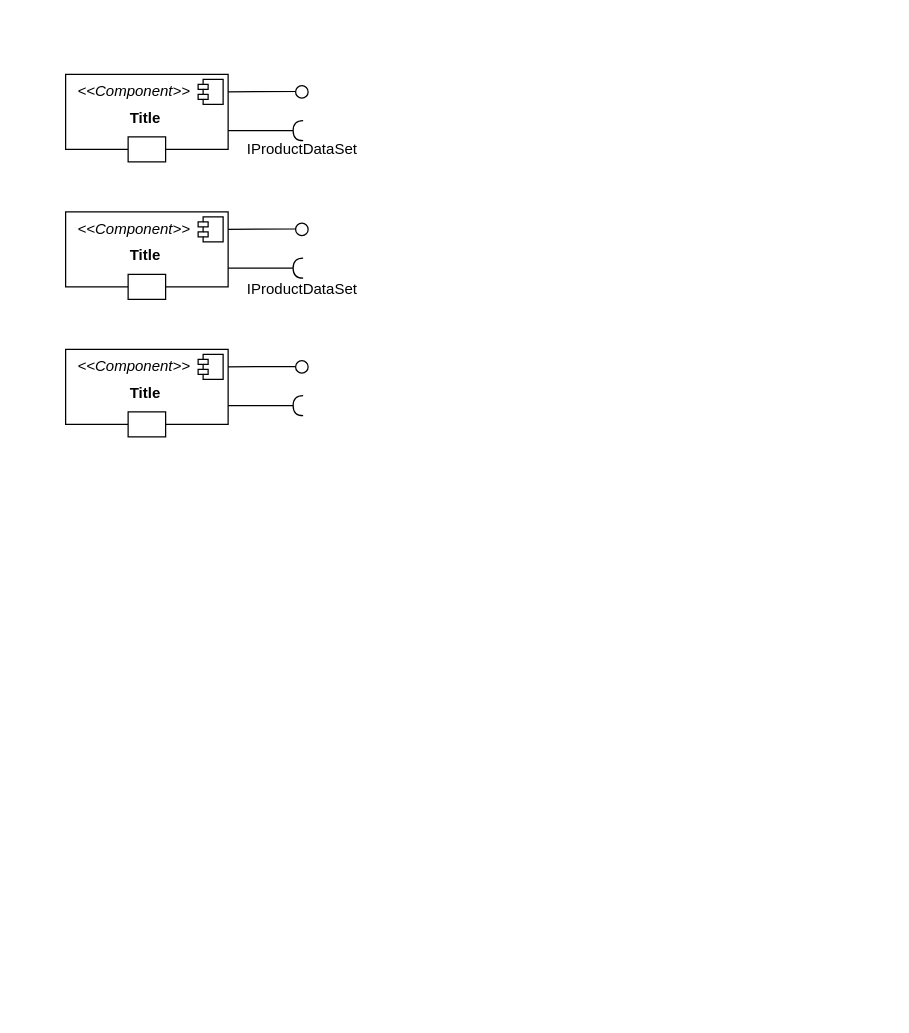
This is lab1/composição-de-pedido.drawio from rmmarquini/engsoft-inf331-labs, a draw.io file, before an edit. Source tidied: cells renumbered, new cells numbered last; positions are measured from the earlier drawing's top-left corner, leaving out a move shared by most shapes. Both pictures are drawn from the tidied source at 125%, with x=0, y=0 at pixel (65, 74).
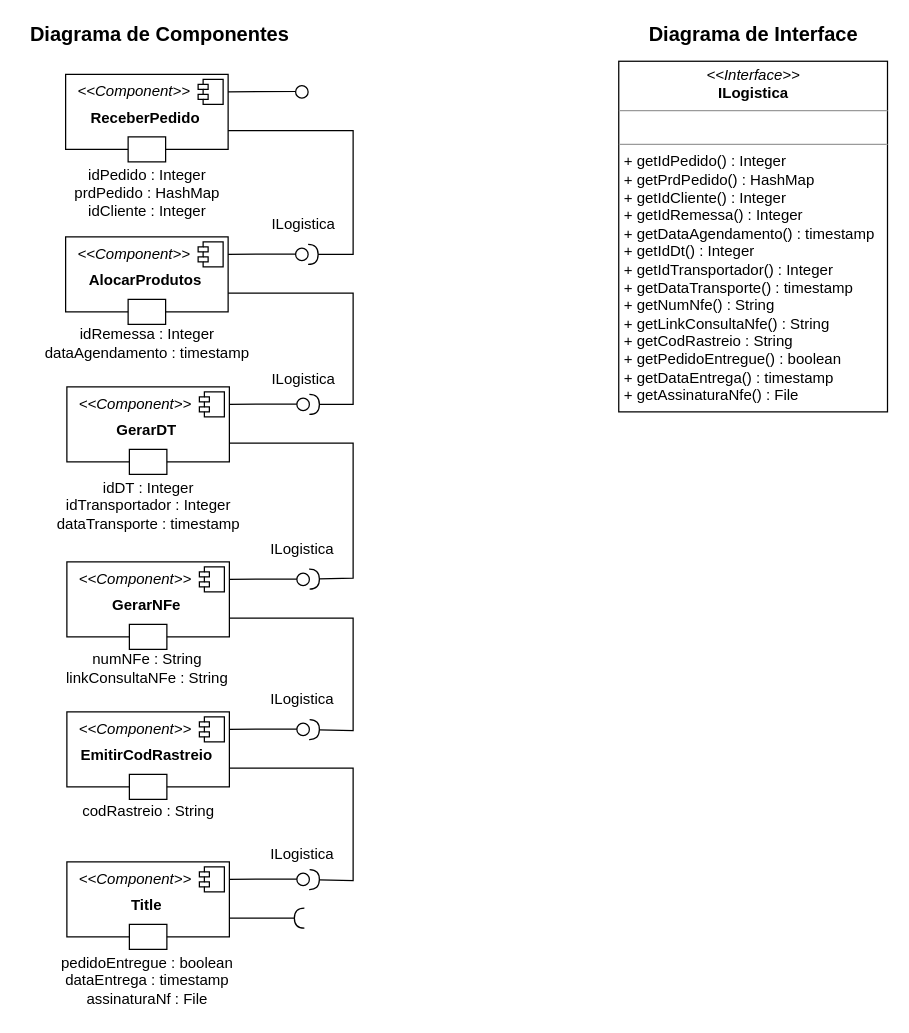
The same diagram, later.

Unchanged cells that the change refers to:
```xml
<mxCell id="9" value="&lt;p style=&quot;margin: 0px ; margin-top: 6px ; text-align: center&quot;&gt;&lt;br&gt;&lt;/p&gt;" style="align=left;overflow=fill;html=1;" parent="1" vertex="1">
  <mxGeometry width="130" height="60" as="geometry" />
</mxCell>
```

What changed in the source:
```diff
@@
     <mxCell id="2" value="&lt;p style=&quot;margin: 0px ; margin-top: 6px ; text-align: center&quot;&gt;&lt;br&gt;&lt;/p&gt;" style="align=left;overflow=fill;html=1;" parent="1" vertex="1">
-      <mxGeometry y="110" width="130" height="60" as="geometry" />
+      <mxGeometry y="130" width="130" height="60" as="geometry" />
     </mxCell>
@@
     <mxCell id="4" value="&lt;i&gt;&amp;lt;&amp;lt;Component&amp;gt;&amp;gt;&lt;/i&gt;" style="text;html=1;strokeColor=none;fillColor=none;align=center;verticalAlign=middle;whiteSpace=wrap;rounded=0;" parent="1" vertex="1">
-      <mxGeometry x="20" y="114" width="70" height="20" as="geometry" />
+      <mxGeometry x="20" y="134" width="70" height="20" as="geometry" />
     </mxCell>
     <mxCell id="5" style="rounded=0;orthogonalLoop=1;jettySize=auto;html=1;endArrow=none;endFill=0;entryX=0.5;entryY=0.467;entryDx=0;entryDy=0;entryPerimeter=0;" parent="1" edge="1">
       <mxGeometry relative="1" as="geometry">
-        <mxPoint x="130" y="124" as="sourcePoint" />
-        <mxPoint x="186" y="123.7" as="targetPoint" />
+        <mxPoint x="130" y="144" as="sourcePoint" />
+        <mxPoint x="186" y="143.7" as="targetPoint" />
       </mxGeometry>
     </mxCell>
-    <mxCell id="6" style="rounded=0;jettySize=auto;html=1;endArrow=halfCircle;endFill=0;endSize=6;strokeWidth=1;exitX=1;exitY=0.75;exitDx=0;exitDy=0;" parent="1" edge="1" source="2">
+    <mxCell id="6" style="rounded=0;jettySize=auto;html=1;endArrow=halfCircle;endFill=0;endSize=6;strokeWidth=1;exitX=1;exitY=0.75;exitDx=0;exitDy=0;" parent="1" edge="1" source="2" target="35">
       <mxGeometry relative="1" as="geometry">
-        <mxPoint x="190" y="155" as="targetPoint" />
+        <Array as="points">
+          <mxPoint x="230" y="175" />
+          <mxPoint x="230" y="264" />
+        </Array>
       </mxGeometry>
     </mxCell>
     <mxCell id="7" style="ellipse;whiteSpace=wrap;html=1;fontFamily=Helvetica;fontSize=12;fontColor=#000000;align=center;strokeColor=#000000;fillColor=#ffffff;points=[];" parent="1" vertex="1">
-      <mxGeometry x="184" y="119" width="10" height="10" as="geometry" />
+      <mxGeometry x="184" y="139" width="10" height="10" as="geometry" />
     </mxCell>
     <mxCell id="8" style="html=1;" parent="1" vertex="1">
-      <mxGeometry x="50" y="160" width="30" height="20" as="geometry" />
+      <mxGeometry x="50" y="180" width="30" height="20" as="geometry" />
     </mxCell>
@@
-    <mxCell id="13" style="rounded=0;jettySize=auto;html=1;endArrow=halfCircle;endFill=0;endSize=6;strokeWidth=1;exitX=1;exitY=0.75;exitDx=0;exitDy=0;" parent="1" edge="1" source="9">
+    <mxCell id="13" style="rounded=0;jettySize=auto;html=1;endArrow=halfCircle;endFill=0;endSize=6;strokeWidth=1;exitX=1;exitY=0.75;exitDx=0;exitDy=0;" parent="1" edge="1" source="9" target="7">
       <mxGeometry relative="1" as="geometry">
-        <mxPoint x="190" y="45" as="targetPoint" />
+        <Array as="points">
+          <mxPoint x="230" y="45" />
+          <mxPoint x="230" y="144" />
+        </Array>
       </mxGeometry>
     </mxCell>
@@
     <mxCell id="16" value="&lt;p style=&quot;margin: 0px ; margin-top: 6px ; text-align: center&quot;&gt;&lt;br&gt;&lt;/p&gt;" style="align=left;overflow=fill;html=1;" parent="1" vertex="1">
-      <mxGeometry y="220" width="130" height="60" as="geometry" />
+      <mxGeometry x="1" y="630" width="130" height="60" as="geometry" />
     </mxCell>
@@
     <mxCell id="18" value="&lt;i&gt;&amp;lt;&amp;lt;Component&amp;gt;&amp;gt;&lt;/i&gt;" style="text;html=1;strokeColor=none;fillColor=none;align=center;verticalAlign=middle;whiteSpace=wrap;rounded=0;" parent="1" vertex="1">
-      <mxGeometry x="20" y="224" width="70" height="20" as="geometry" />
+      <mxGeometry x="21" y="634" width="70" height="20" as="geometry" />
     </mxCell>
     <mxCell id="19" style="rounded=0;orthogonalLoop=1;jettySize=auto;html=1;endArrow=none;endFill=0;entryX=0.5;entryY=0.467;entryDx=0;entryDy=0;entryPerimeter=0;" parent="1" edge="1">
       <mxGeometry relative="1" as="geometry">
-        <mxPoint x="130" y="234" as="sourcePoint" />
-        <mxPoint x="186" y="233.7" as="targetPoint" />
+        <mxPoint x="131" y="644" as="sourcePoint" />
+        <mxPoint x="187" y="643.7" as="targetPoint" />
       </mxGeometry>
     </mxCell>
     <mxCell id="20" style="rounded=0;jettySize=auto;html=1;endArrow=halfCircle;endFill=0;endSize=6;strokeWidth=1;exitX=1;exitY=0.75;exitDx=0;exitDy=0;" parent="1" edge="1" source="16">
       <mxGeometry relative="1" as="geometry">
-        <mxPoint x="190" y="265" as="targetPoint" />
+        <mxPoint x="191" y="675" as="targetPoint" />
       </mxGeometry>
     </mxCell>
     <mxCell id="21" style="ellipse;whiteSpace=wrap;html=1;fontFamily=Helvetica;fontSize=12;fontColor=#000000;align=center;strokeColor=#000000;fillColor=#ffffff;points=[];" parent="1" vertex="1">
-      <mxGeometry x="184" y="229" width="10" height="10" as="geometry" />
+      <mxGeometry x="185" y="639" width="10" height="10" as="geometry" />
     </mxCell>
     <mxCell id="22" style="html=1;" parent="1" vertex="1">
-      <mxGeometry x="50" y="270" width="30" height="20" as="geometry" />
+      <mxGeometry x="51" y="680" width="30" height="20" as="geometry" />
     </mxCell>
-    <mxCell id="23" value="Title" style="text;align=center;fontStyle=1;verticalAlign=middle;spacingLeft=3;spacingRight=3;strokeColor=none;" parent="1" vertex="1">
-      <mxGeometry x="24" y="131" width="80" height="26" as="geometry" />
+    <mxCell id="23" value="AlocarProdutos" style="text;align=center;fontStyle=1;verticalAlign=middle;spacingLeft=3;spacingRight=3;strokeColor=none;" parent="1" vertex="1">
+      <mxGeometry x="24" y="151" width="80" height="26" as="geometry" />
     </mxCell>
-    <mxCell id="24" value="Title" style="text;align=center;fontStyle=1;verticalAlign=middle;spacingLeft=3;spacingRight=3;strokeColor=none;" parent="1" vertex="1">
+    <mxCell id="24" value="ReceberPedido" style="text;align=center;fontStyle=1;verticalAlign=middle;spacingLeft=3;spacingRight=3;strokeColor=none;" parent="1" vertex="1">
       <mxGeometry x="24" y="21" width="80" height="26" as="geometry" />
     </mxCell>
     <mxCell id="25" value="Title" style="text;align=center;fontStyle=1;verticalAlign=middle;spacingLeft=3;spacingRight=3;strokeColor=none;" parent="1" vertex="1">
-      <mxGeometry x="24" y="241" width="80" height="26" as="geometry" />
+      <mxGeometry x="25" y="651" width="80" height="26" as="geometry" />
     </mxCell>
-    <mxCell id="26" value="IProductDataSet" style="text;html=1;align=center;verticalAlign=middle;" parent="1" vertex="1">
-      <mxGeometry x="139" y="50" width="100" height="20" as="geometry" />
+    <mxCell id="26" value="ILogistica" style="text;html=1;align=center;verticalAlign=middle;" parent="1" vertex="1">
+      <mxGeometry x="155" y="110" width="70" height="20" as="geometry" />
     </mxCell>
-    <mxCell id="27" value="IProductDataSet" style="text;html=1;align=center;verticalAlign=middle;" parent="1" vertex="1">
-      <mxGeometry x="139" y="162" width="100" height="20" as="geometry" />
+    <mxCell id="27" value="ILogistica" style="text;html=1;align=center;verticalAlign=middle;" parent="1" vertex="1">
+      <mxGeometry x="155" y="234" width="70" height="20" as="geometry" />
     </mxCell>
+    <mxCell id="28" value="idPedido : Integer&lt;br&gt;prdPedido : HashMap&lt;br&gt;idCliente : Integer" style="text;html=1;align=center;verticalAlign=middle;" parent="1" vertex="1">
+      <mxGeometry y="70" width="130" height="50" as="geometry" />
+    </mxCell>
+    <mxCell id="29" value="idRemessa : Integer&lt;br&gt;dataAgendamento : timestamp" style="text;html=1;align=center;verticalAlign=middle;" parent="1" vertex="1">
+      <mxGeometry x="-25" y="200" width="180" height="30" as="geometry" />
+    </mxCell>
+    <mxCell id="30" value="&lt;p style=&quot;margin: 0px ; margin-top: 6px ; text-align: center&quot;&gt;&lt;br&gt;&lt;/p&gt;" style="align=left;overflow=fill;html=1;" parent="1" vertex="1">
+      <mxGeometry x="1" y="250" width="130" height="60" as="geometry" />
+    </mxCell>
+    <mxCell id="31" style="shape=component;jettyWidth=8;jettyHeight=4;" parent="30" vertex="1">
+      <mxGeometry x="1" width="20" height="20" relative="1" as="geometry">
+        <mxPoint x="-24" y="4" as="offset" />
+      </mxGeometry>
+    </mxCell>
+    <mxCell id="32" value="&lt;i&gt;&amp;lt;&amp;lt;Component&amp;gt;&amp;gt;&lt;/i&gt;" style="text;html=1;strokeColor=none;fillColor=none;align=center;verticalAlign=middle;whiteSpace=wrap;rounded=0;" parent="1" vertex="1">
+      <mxGeometry x="21" y="254" width="70" height="20" as="geometry" />
+    </mxCell>
+    <mxCell id="33" style="rounded=0;orthogonalLoop=1;jettySize=auto;html=1;endArrow=none;endFill=0;entryX=0.5;entryY=0.467;entryDx=0;entryDy=0;entryPerimeter=0;" parent="1" edge="1">
+      <mxGeometry relative="1" as="geometry">
+        <mxPoint x="131" y="264" as="sourcePoint" />
+        <mxPoint x="187" y="263.7" as="targetPoint" />
+      </mxGeometry>
+    </mxCell>
+    <mxCell id="34" style="rounded=0;jettySize=auto;html=1;endArrow=halfCircle;endFill=0;endSize=6;strokeWidth=1;exitX=1;exitY=0.75;exitDx=0;exitDy=0;" parent="1" edge="1" source="30" target="45">
+      <mxGeometry relative="1" as="geometry">
+        <Array as="points">
+          <mxPoint x="230" y="295" />
+          <mxPoint x="230" y="403" />
+        </Array>
+      </mxGeometry>
+    </mxCell>
+    <mxCell id="35" style="ellipse;whiteSpace=wrap;html=1;fontFamily=Helvetica;fontSize=12;fontColor=#000000;align=center;strokeColor=#000000;fillColor=#ffffff;points=[];" parent="1" vertex="1">
+      <mxGeometry x="185" y="259" width="10" height="10" as="geometry" />
+    </mxCell>
+    <mxCell id="36" style="html=1;" parent="1" vertex="1">
+      <mxGeometry x="51" y="300" width="30" height="20" as="geometry" />
+    </mxCell>
+    <mxCell id="37" value="GerarDT" style="text;align=center;fontStyle=1;verticalAlign=middle;spacingLeft=3;spacingRight=3;strokeColor=none;" parent="1" vertex="1">
+      <mxGeometry x="25" y="271" width="80" height="26" as="geometry" />
+    </mxCell>
+    <mxCell id="38" value="idDT : Integer&lt;br&gt;idTransportador : Integer&lt;br&gt;dataTransporte : timestamp" style="text;html=1;align=center;verticalAlign=middle;" parent="1" vertex="1">
+      <mxGeometry x="-14" y="320" width="160" height="50" as="geometry" />
+    </mxCell>
+    <mxCell id="39" value="ILogistica" style="text;html=1;align=center;verticalAlign=middle;" parent="1" vertex="1">
+      <mxGeometry x="154" y="370" width="70" height="20" as="geometry" />
+    </mxCell>
+    <mxCell id="40" value="&lt;p style=&quot;margin: 0px ; margin-top: 6px ; text-align: center&quot;&gt;&lt;br&gt;&lt;/p&gt;" style="align=left;overflow=fill;html=1;" parent="1" vertex="1">
+      <mxGeometry x="1" y="390" width="130" height="60" as="geometry" />
+    </mxCell>
+    <mxCell id="41" style="shape=component;jettyWidth=8;jettyHeight=4;" parent="40" vertex="1">
+      <mxGeometry x="1" width="20" height="20" relative="1" as="geometry">
+        <mxPoint x="-24" y="4" as="offset" />
+      </mxGeometry>
+    </mxCell>
+    <mxCell id="42" value="&lt;i&gt;&amp;lt;&amp;lt;Component&amp;gt;&amp;gt;&lt;/i&gt;" style="text;html=1;strokeColor=none;fillColor=none;align=center;verticalAlign=middle;whiteSpace=wrap;rounded=0;" parent="1" vertex="1">
+      <mxGeometry x="21" y="394" width="70" height="20" as="geometry" />
+    </mxCell>
+    <mxCell id="43" style="rounded=0;orthogonalLoop=1;jettySize=auto;html=1;endArrow=none;endFill=0;entryX=0.5;entryY=0.467;entryDx=0;entryDy=0;entryPerimeter=0;" parent="1" edge="1">
+      <mxGeometry relative="1" as="geometry">
+        <mxPoint x="131" y="404" as="sourcePoint" />
+        <mxPoint x="187" y="403.7" as="targetPoint" />
+      </mxGeometry>
+    </mxCell>
+    <mxCell id="44" style="rounded=0;jettySize=auto;html=1;endArrow=halfCircle;endFill=0;endSize=6;strokeWidth=1;exitX=1;exitY=0.75;exitDx=0;exitDy=0;" parent="1" edge="1" source="40" target="55">
+      <mxGeometry relative="1" as="geometry">
+        <Array as="points">
+          <mxPoint x="230" y="435" />
+          <mxPoint x="230" y="525" />
+        </Array>
+      </mxGeometry>
+    </mxCell>
+    <mxCell id="45" style="ellipse;whiteSpace=wrap;html=1;fontFamily=Helvetica;fontSize=12;fontColor=#000000;align=center;strokeColor=#000000;fillColor=#ffffff;points=[];" parent="1" vertex="1">
+      <mxGeometry x="185" y="399" width="10" height="10" as="geometry" />
+    </mxCell>
+    <mxCell id="46" style="html=1;" parent="1" vertex="1">
+      <mxGeometry x="51" y="440" width="30" height="20" as="geometry" />
+    </mxCell>
+    <mxCell id="47" value="GerarNFe" style="text;align=center;fontStyle=1;verticalAlign=middle;spacingLeft=3;spacingRight=3;strokeColor=none;" parent="1" vertex="1">
+      <mxGeometry x="25" y="411" width="80" height="26" as="geometry" />
+    </mxCell>
+    <mxCell id="48" value="numNFe : String&lt;br&gt;linkConsultaNFe : String" style="text;html=1;align=center;verticalAlign=middle;" parent="1" vertex="1">
+      <mxGeometry x="-5" y="460" width="140" height="30" as="geometry" />
+    </mxCell>
+    <mxCell id="49" value="ILogistica" style="text;html=1;align=center;verticalAlign=middle;" parent="1" vertex="1">
+      <mxGeometry x="154" y="490" width="70" height="20" as="geometry" />
+    </mxCell>
+    <mxCell id="50" value="&lt;p style=&quot;margin: 0px ; margin-top: 6px ; text-align: center&quot;&gt;&lt;br&gt;&lt;/p&gt;" style="align=left;overflow=fill;html=1;" parent="1" vertex="1">
+      <mxGeometry x="1" y="510" width="130" height="60" as="geometry" />
+    </mxCell>
+    <mxCell id="51" style="shape=component;jettyWidth=8;jettyHeight=4;" parent="50" vertex="1">
+      <mxGeometry x="1" width="20" height="20" relative="1" as="geometry">
+        <mxPoint x="-24" y="4" as="offset" />
+      </mxGeometry>
+    </mxCell>
+    <mxCell id="52" value="&lt;i&gt;&amp;lt;&amp;lt;Component&amp;gt;&amp;gt;&lt;/i&gt;" style="text;html=1;strokeColor=none;fillColor=none;align=center;verticalAlign=middle;whiteSpace=wrap;rounded=0;" parent="1" vertex="1">
+      <mxGeometry x="21" y="514" width="70" height="20" as="geometry" />
+    </mxCell>
+    <mxCell id="53" style="rounded=0;orthogonalLoop=1;jettySize=auto;html=1;endArrow=none;endFill=0;entryX=0.5;entryY=0.467;entryDx=0;entryDy=0;entryPerimeter=0;" parent="1" edge="1">
+      <mxGeometry relative="1" as="geometry">
+        <mxPoint x="131" y="524" as="sourcePoint" />
+        <mxPoint x="187" y="523.7" as="targetPoint" />
+      </mxGeometry>
+    </mxCell>
+    <mxCell id="54" style="rounded=0;jettySize=auto;html=1;endArrow=halfCircle;endFill=0;endSize=6;strokeWidth=1;exitX=1;exitY=0.75;exitDx=0;exitDy=0;" parent="1" edge="1" source="50" target="21">
+      <mxGeometry relative="1" as="geometry">
+        <Array as="points">
+          <mxPoint x="230" y="555" />
+          <mxPoint x="230" y="645" />
+        </Array>
+      </mxGeometry>
+    </mxCell>
+    <mxCell id="55" style="ellipse;whiteSpace=wrap;html=1;fontFamily=Helvetica;fontSize=12;fontColor=#000000;align=center;strokeColor=#000000;fillColor=#ffffff;points=[];" parent="1" vertex="1">
+      <mxGeometry x="185" y="519" width="10" height="10" as="geometry" />
+    </mxCell>
+    <mxCell id="56" style="html=1;" parent="1" vertex="1">
+      <mxGeometry x="51" y="560" width="30" height="20" as="geometry" />
+    </mxCell>
+    <mxCell id="57" value="EmitirCodRastreio" style="text;align=center;fontStyle=1;verticalAlign=middle;spacingLeft=3;spacingRight=3;strokeColor=none;" parent="1" vertex="1">
+      <mxGeometry x="25" y="531" width="80" height="26" as="geometry" />
+    </mxCell>
+    <mxCell id="58" value="codRastreio : String" style="text;html=1;align=center;verticalAlign=middle;" parent="1" vertex="1">
+      <mxGeometry x="6" y="580" width="120" height="20" as="geometry" />
+    </mxCell>
+    <mxCell id="59" value="ILogistica" style="text;html=1;align=center;verticalAlign=middle;" parent="1" vertex="1">
+      <mxGeometry x="154" y="614" width="70" height="20" as="geometry" />
+    </mxCell>
+    <mxCell id="60" value="pedidoEntregue : boolean&lt;br&gt;dataEntrega : timestamp&lt;br&gt;assinaturaNf : File" style="text;html=1;align=center;verticalAlign=middle;" parent="1" vertex="1">
+      <mxGeometry x="-10" y="700" width="150" height="50" as="geometry" />
+    </mxCell>
+    <mxCell id="61" value="&lt;b&gt;&lt;font style=&quot;font-size: 16px&quot;&gt;Diagrama de Componentes&lt;/font&gt;&lt;/b&gt;" style="text;html=1;align=center;verticalAlign=middle;" parent="1" vertex="1">
+      <mxGeometry x="-35" y="-42" width="220" height="20" as="geometry" />
+    </mxCell>
+    <mxCell id="62" value="&lt;b&gt;&lt;font style=&quot;font-size: 16px&quot;&gt;Diagrama de Interface&lt;/font&gt;&lt;/b&gt;" style="text;html=1;align=center;verticalAlign=middle;" parent="1" vertex="1">
+      <mxGeometry x="460" y="-42" width="180" height="20" as="geometry" />
+    </mxCell>
+    <mxCell id="63" value="&lt;p style=&quot;margin: 0px ; margin-top: 4px ; text-align: center&quot;&gt;&lt;i&gt;&amp;lt;&amp;lt;Interface&amp;gt;&amp;gt;&lt;/i&gt;&lt;br&gt;&lt;b&gt;ILogistica&lt;/b&gt;&lt;/p&gt;&lt;hr size=&quot;1&quot;&gt;&lt;p style=&quot;margin: 0px ; margin-left: 4px&quot;&gt;&lt;br&gt;&lt;/p&gt;&lt;hr size=&quot;1&quot;&gt;&lt;p style=&quot;margin: 0px ; margin-left: 4px&quot;&gt;+ getIdPedido() : Integer&lt;br&gt;+ getPrdPedido() : HashMap&lt;/p&gt;&lt;p style=&quot;margin: 0px ; margin-left: 4px&quot;&gt;+ getIdCliente() : Integer&lt;/p&gt;&lt;p style=&quot;margin: 0px ; margin-left: 4px&quot;&gt;+ getIdRemessa() : Integer&lt;br&gt;+ getDataAgendamento() : timestamp&lt;/p&gt;&lt;p style=&quot;margin: 0px ; margin-left: 4px&quot;&gt;+ getIdDt() : Integer&lt;/p&gt;&lt;p style=&quot;margin: 0px ; margin-left: 4px&quot;&gt;+ getIdTransportador() : Integer&lt;/p&gt;&lt;p style=&quot;margin: 0px ; margin-left: 4px&quot;&gt;+ getDataTransporte() : timestamp&lt;/p&gt;&lt;p style=&quot;margin: 0px ; margin-left: 4px&quot;&gt;+ getNumNfe() : String&lt;/p&gt;&lt;p style=&quot;margin: 0px ; margin-left: 4px&quot;&gt;+ getLinkConsultaNfe() : String&lt;/p&gt;&lt;p style=&quot;margin: 0px ; margin-left: 4px&quot;&gt;+ getCodRastreio : String&lt;/p&gt;&lt;p style=&quot;margin: 0px ; margin-left: 4px&quot;&gt;+ getPedidoEntregue() : boolean&lt;/p&gt;&lt;p style=&quot;margin: 0px ; margin-left: 4px&quot;&gt;+ getDataEntrega() : timestamp&lt;/p&gt;&lt;p style=&quot;margin: 0px ; margin-left: 4px&quot;&gt;+ getAssinaturaNfe() : File&lt;/p&gt;" style="verticalAlign=top;align=left;overflow=fill;fontSize=12;fontFamily=Helvetica;html=1;" parent="1" vertex="1">
+      <mxGeometry x="442.5" y="-10.5" width="215" height="280.5" as="geometry" />
+    </mxCell>
```
